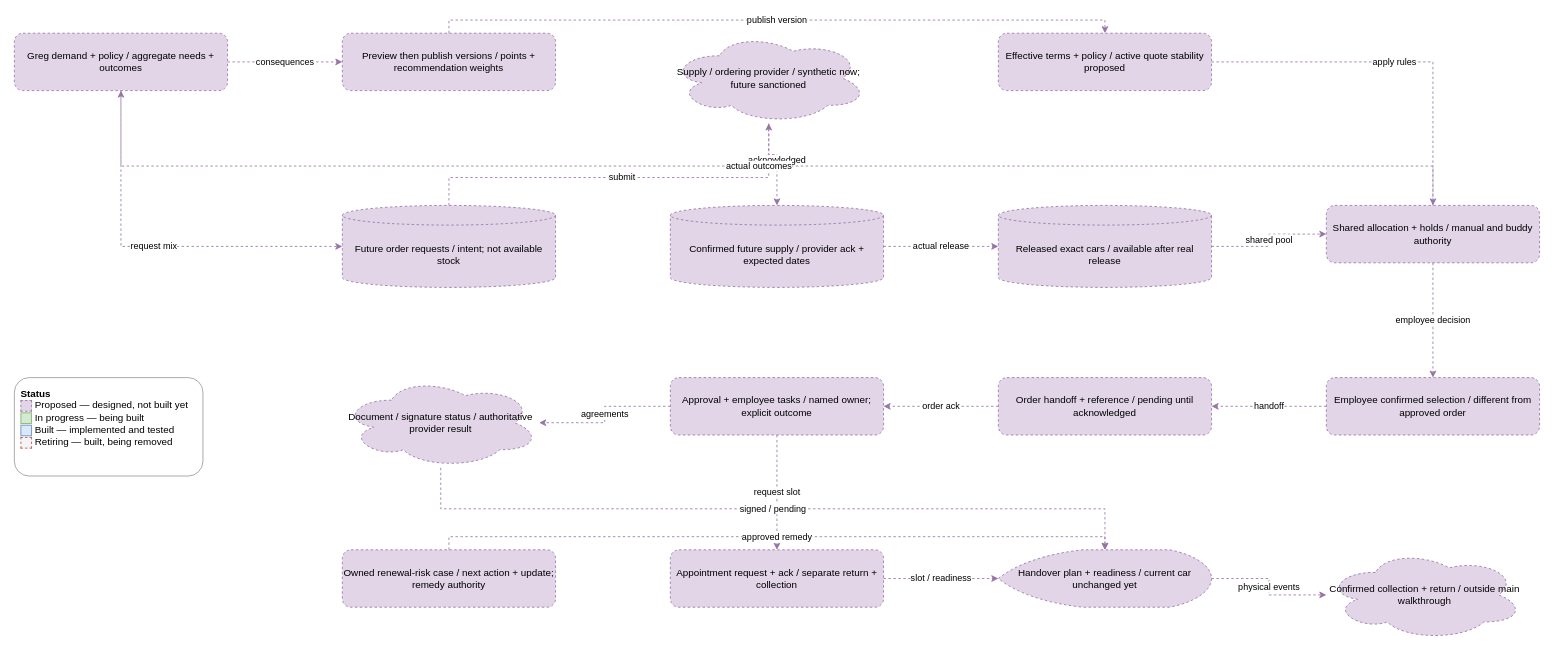
Before: page "07 Planning and lifecycle" (10 of 11) of docs/design/high-level-design.drawio in garyscarter-ibm/vehicle-matcher, a draw.io diagram. Source tidied: cells renumbered, new cells numbered last; positions are measured from the earlier drawing's top-left corner, leaving out a move shared by most shapes. Both pictures are drawn from the tidied source at 82%, with x=0, y=0 at pixel (14, 20).
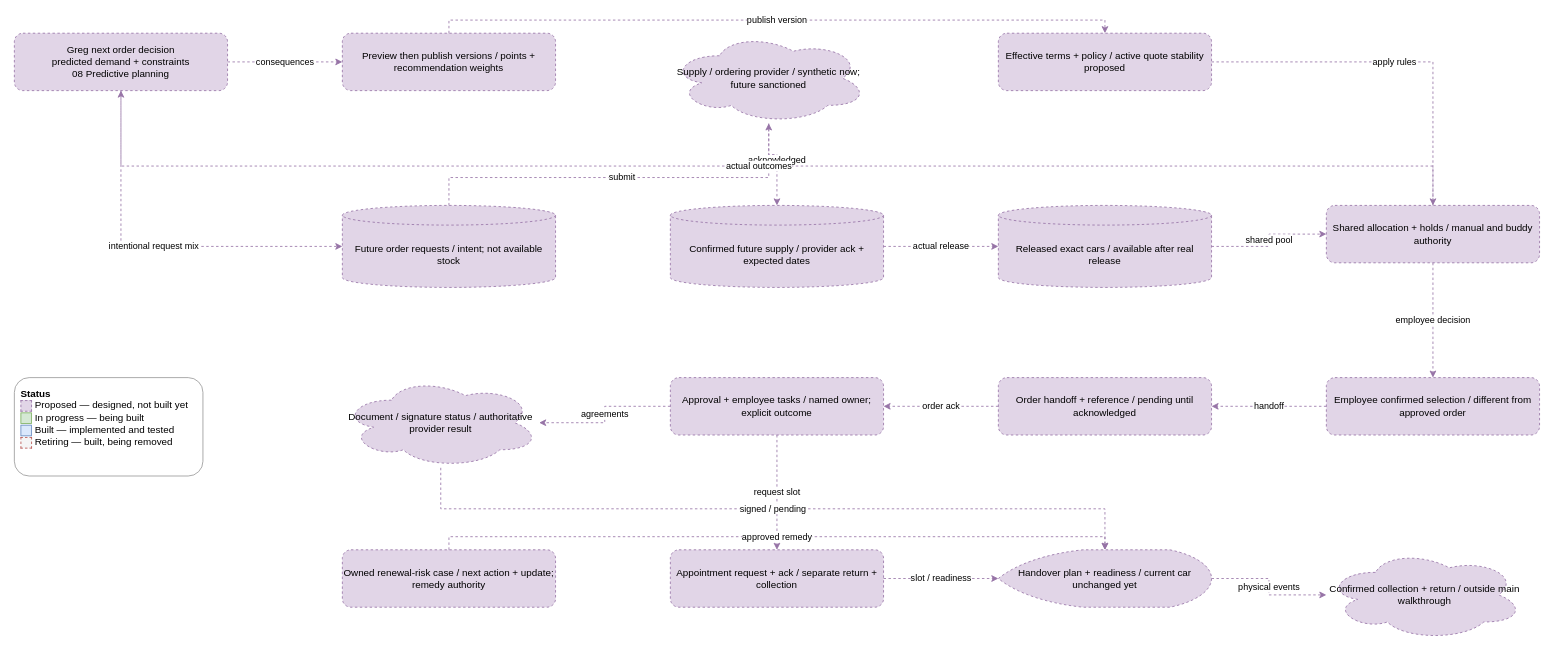
After the change.

The change refers to these unchanged cells:
```xml
<mxCell id="4" value="Future order requests / intent; not available stock" style="shape=cylinder3;whiteSpace=wrap;html=1;boundedLbl=1;size=12;strokeColor=#9673a6;dashed=1;fillColor=#e1d5e7;" parent="1" vertex="1">
  <mxGeometry x="400" y="226" width="260" height="100" as="geometry" />
</mxCell>
```

Change to the diagram source:
```diff
@@
-    <mxCell id="2" value="Greg demand + policy / aggregate needs + outcomes" style="rounded=1;whiteSpace=wrap;html=1;strokeColor=#9673a6;dashed=1;fillColor=#e1d5e7;" parent="1" vertex="1">
+    <mxCell id="2" value="Greg next order decision&lt;br&gt;predicted demand + constraints&lt;br&gt;08 Predictive planning" style="rounded=1;whiteSpace=wrap;html=1;strokeColor=#9673a6;dashed=1;fillColor=#e1d5e7;" parent="1" vertex="1">
       <mxGeometry y="16" width="260" height="70" as="geometry" />
     </mxCell>
@@
-    <mxCell id="20" value="request mix" style="edgeStyle=orthogonalEdgeStyle;rounded=0;jettySize=auto;html=1;libavoidRouting=1;strokeColor=#9673a6;dashed=1;" parent="1" edge="1" source="2" target="4">
+    <mxCell id="20" value="intentional request mix" style="edgeStyle=orthogonalEdgeStyle;rounded=0;jettySize=auto;html=1;libavoidRouting=1;strokeColor=#9673a6;dashed=1;" parent="1" edge="1" source="2" target="4">
       <mxGeometry relative="1" as="geometry">
         <Array as="points">
           <mxPoint x="130" y="276" />
         </Array>
       </mxGeometry>
     </mxCell>
```
